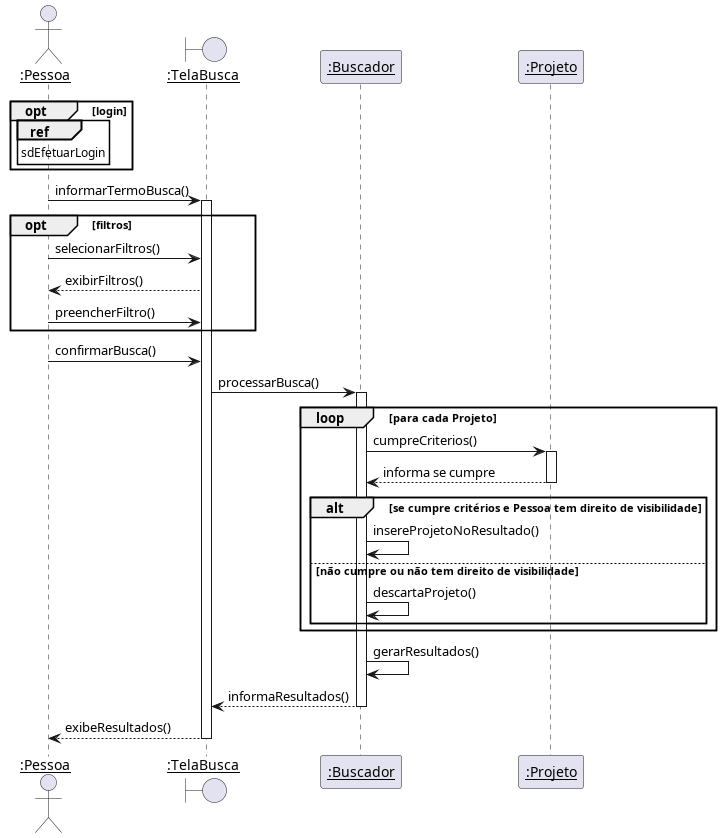
Earlier version of the PlantUML export diagramas/sequencia/consultar_projeto.png (Pedro-V/projetorium).
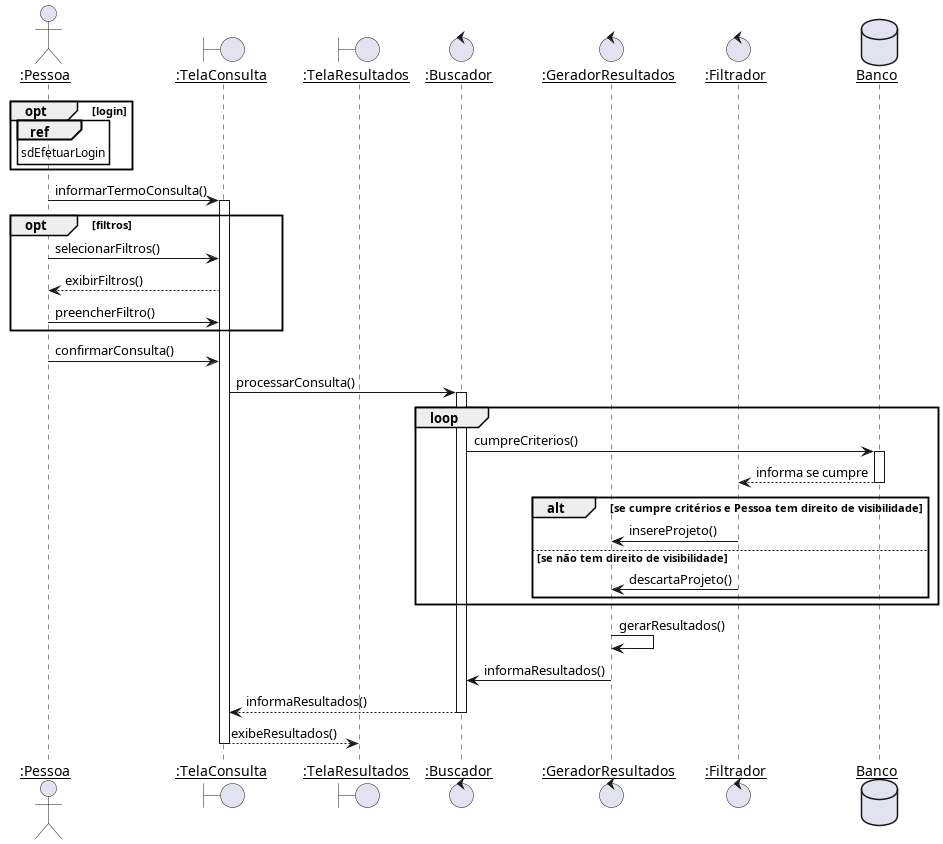
After the change.

Change to the diagram source:
```diff
@@ -2,32 +2,38 @@
 skinparam sequenceParticipant underline
 
 actor ":Pessoa" as Pessoa
-boundary ":TelaBusca" as TelaBusca
-participant ":Buscador" as Buscador
-participant ":Projeto" as Projeto
+boundary ":TelaConsulta" as TelaConsulta
+boundary ":TelaResultados" as TelaResultados
+control ":Buscador" as Buscador
+control ":GeradorResultados" as GeradorResultados
+control ":Filtrador" as Filtrador
+database Banco
 
 opt login
 ref over Pessoa : sdEfetuarLogin
 end
-Pessoa -> TelaBusca ++: informarTermoBusca()
+Pessoa -> TelaConsulta ++: informarTermoConsulta()
 opt filtros
-    Pessoa -> TelaBusca : selecionarFiltros()
-    TelaBusca --> Pessoa : exibirFiltros()
-    Pessoa -> TelaBusca : preencherFiltro()
+    Pessoa -> TelaConsulta : selecionarFiltros()
+    TelaConsulta --> Pessoa : exibirFiltros()
+    Pessoa -> TelaConsulta : preencherFiltro()
 end
-Pessoa -> TelaBusca : confirmarBusca()
+Pessoa -> TelaConsulta : confirmarConsulta()
 
-TelaBusca -> Buscador ++: processarBusca()
-loop para cada Projeto
-    Buscador -> Projeto  ++: cumpreCriterios()
-    Projeto --> Buscador --: informa se cumpre
+TelaConsulta -> Buscador ++: processarConsulta()
+
+loop
+    Buscador -> Banco  ++: cumpreCriterios()
+    Banco --> Filtrador --: informa se cumpre
     alt se cumpre critérios e Pessoa tem direito de visibilidade
-        Buscador -> Buscador : insereProjetoNoResultado()
-    else não cumpre ou não tem direito de visibilidade
-        Buscador -> Buscador : descartaProjeto()
+        Filtrador -> GeradorResultados : insereProjeto()
+    else se não tem direito de visibilidade
+        Filtrador -> GeradorResultados : descartaProjeto()
     end
 end
-Buscador -> Buscador : gerarResultados()
-Buscador --> TelaBusca --: informaResultados()
-TelaBusca --> Pessoa --: exibeResultados()
+
+GeradorResultados -> GeradorResultados : gerarResultados()
+GeradorResultados -> Buscador : informaResultados()
+Buscador --> TelaConsulta --: informaResultados()
+TelaConsulta --> TelaResultados --: exibeResultados()
 @enduml
```
